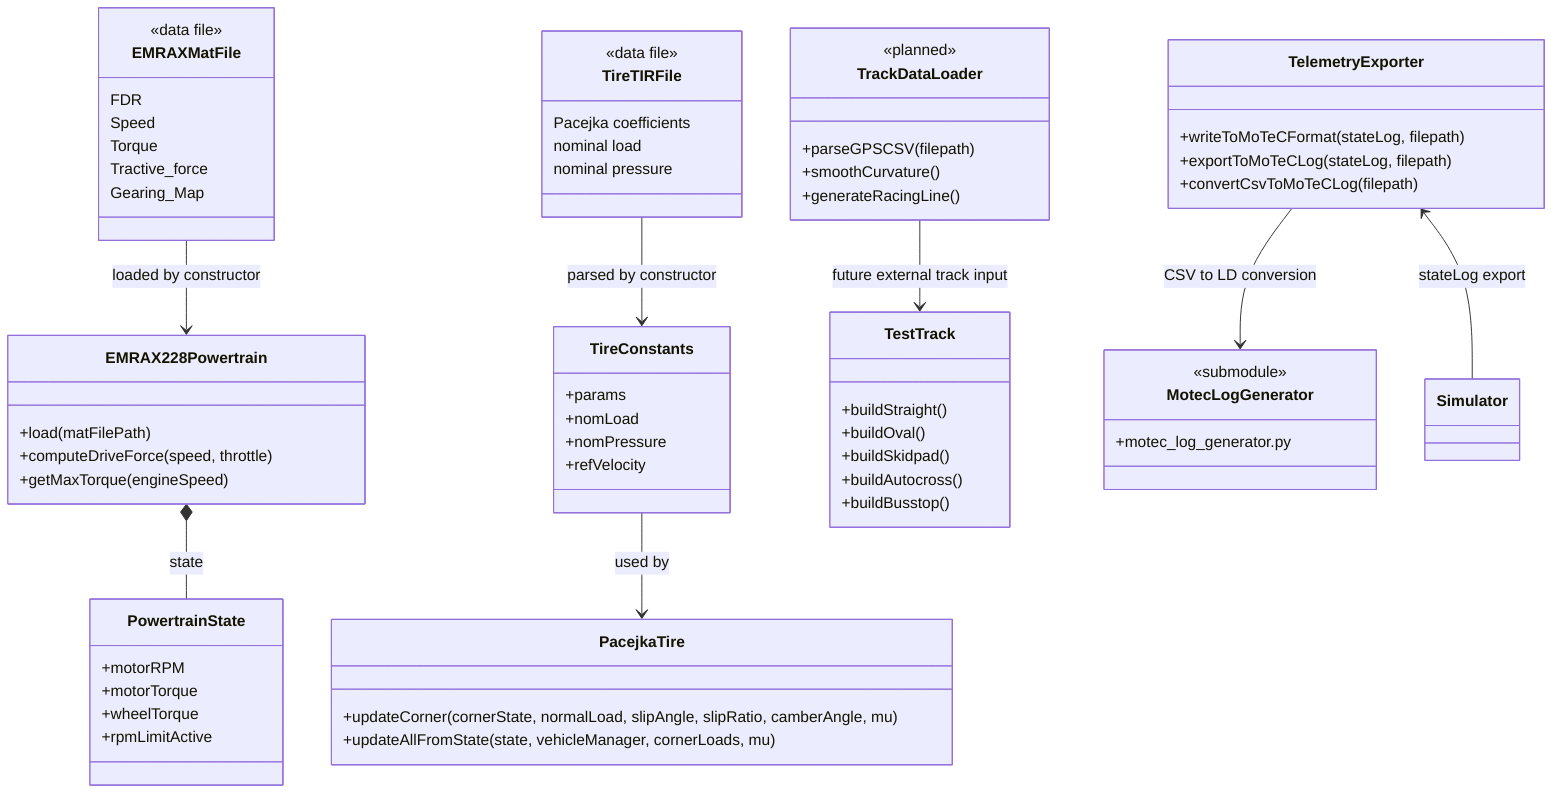
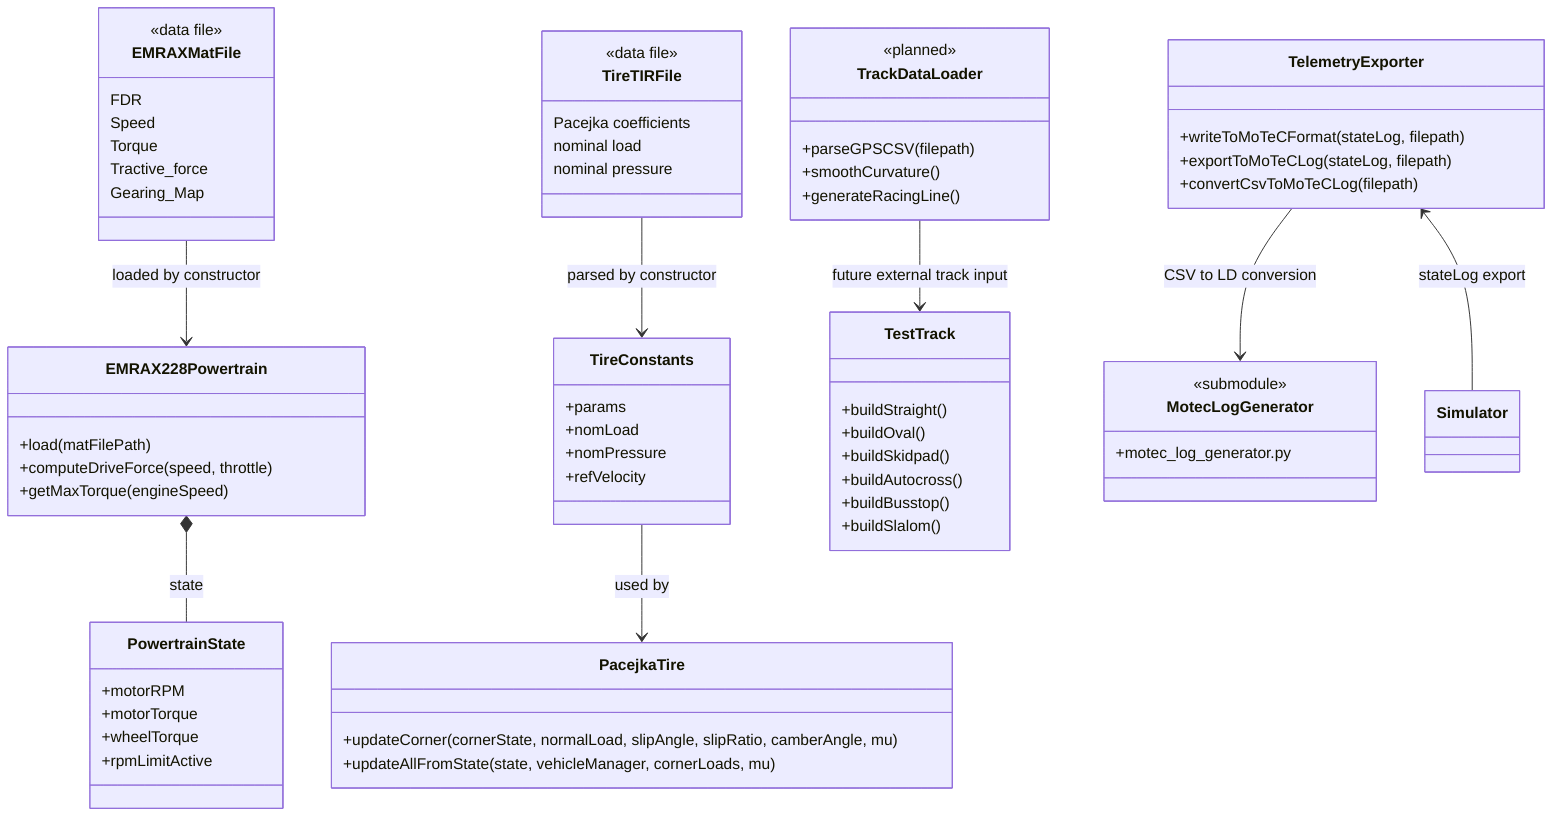
classDiagram
    class EMRAXMatFile {
        <<data file>>
        FDR
        Speed
        Torque
        Tractive_force
        Gearing_Map
    }

    class TireTIRFile {
        <<data file>>
        Pacejka coefficients
        nominal load
        nominal pressure
    }

    class EMRAX228Powertrain {
        +load(matFilePath)
        +computeDriveForce(speed, throttle)
        +getMaxTorque(engineSpeed)
    }

    class PowertrainState {
        +motorRPM
        +motorTorque
        +wheelTorque
        +rpmLimitActive
    }

    class TireConstants {
        +params
        +nomLoad
        +nomPressure
        +refVelocity
    }

    class PacejkaTire {
        +updateCorner(cornerState, normalLoad, slipAngle, slipRatio, camberAngle, mu)
        +updateAllFromState(state, vehicleManager, cornerLoads, mu)
    }

    class TestTrack {
        +buildStraight()
        +buildOval()
        +buildSkidpad()
        +buildAutocross()
        +buildBusstop()
+         +buildSlalom()
    }

    class TrackDataLoader {
        <<planned>>
        +parseGPSCSV(filepath)
        +smoothCurvature()
        +generateRacingLine()
    }

    class TelemetryExporter {
        +writeToMoTeCFormat(stateLog, filepath)
        +exportToMoTeCLog(stateLog, filepath)
        +convertCsvToMoTeCLog(filepath)
    }

    class MotecLogGenerator {
        <<submodule>>
        +motec_log_generator.py
    }

    EMRAXMatFile --> EMRAX228Powertrain : loaded by constructor
    EMRAX228Powertrain *-- PowertrainState : state
    TireTIRFile --> TireConstants : parsed by constructor
    TireConstants --> PacejkaTire : used by
    TrackDataLoader --> TestTrack : future external track input
    TelemetryExporter <-- Simulator : stateLog export
    TelemetryExporter --> MotecLogGenerator : CSV to LD conversion
